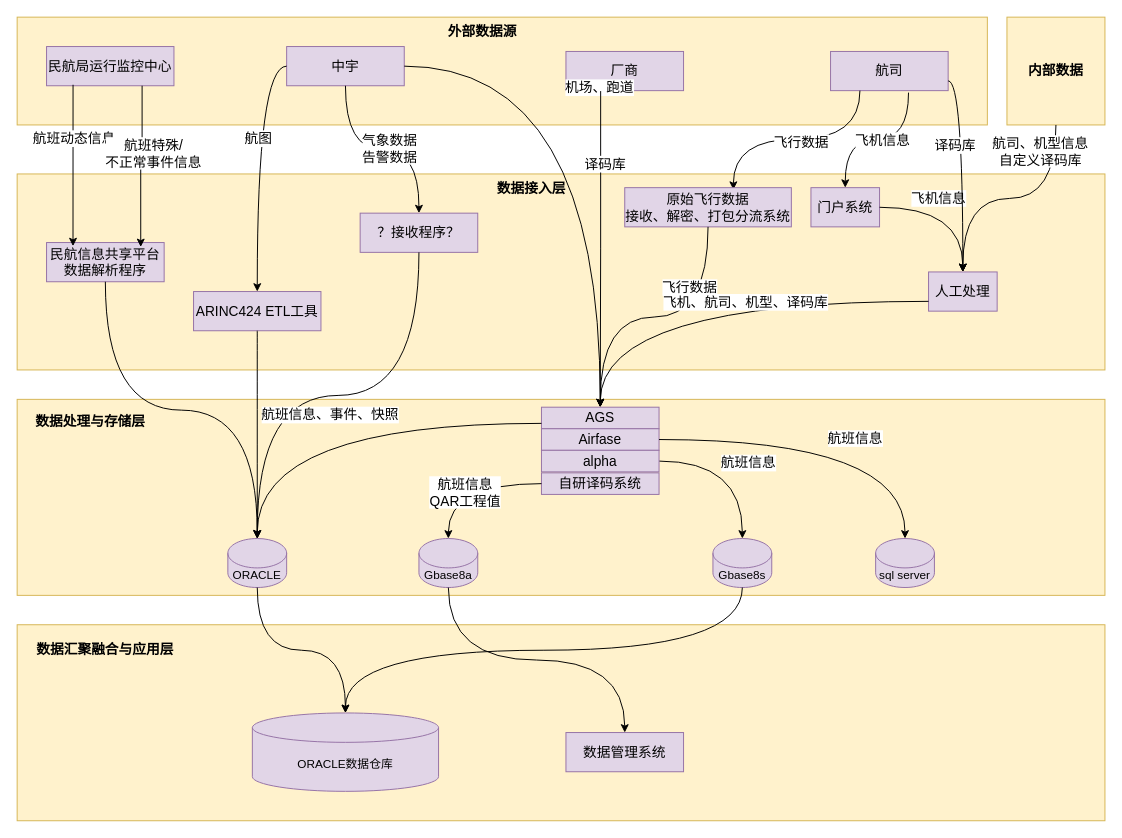
mnzn/draw.io keeps this draw.io diagram as 航科院数仓数据流图.drawio. Above is the earlier version. Source tidied: cells renumbered, new cells numbered last; positions are measured from the earlier drawing's top-left corner, leaving out a move shared by most shapes. Both pictures are drawn from the tidied source at 98%, with x=0, y=0 at pixel (17, 17).
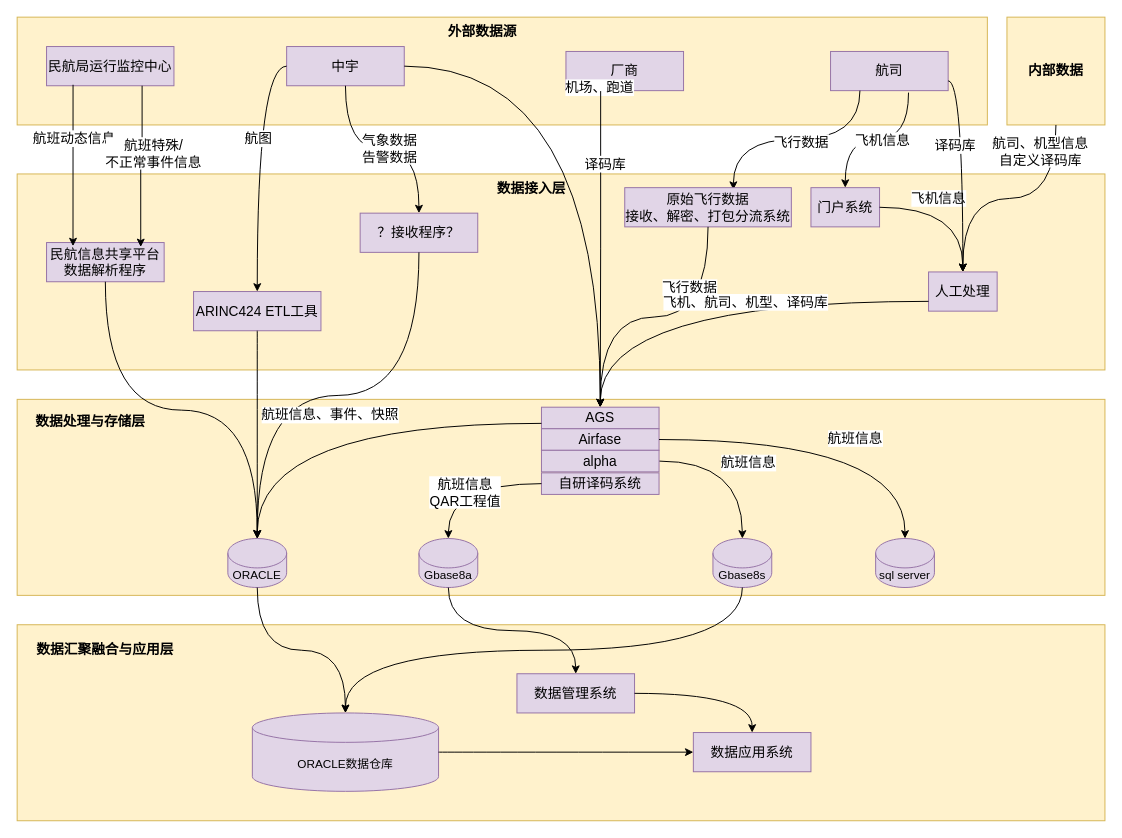
The same diagram, later.

Commit message:
更新航科院数仓数据流图.drawio

The change refers to these unchanged cells:
```xml
<mxCell id="67" value="ORACLE数据仓库" style="shape=cylinder3;whiteSpace=wrap;html=1;boundedLbl=1;backgroundOutline=1;size=15;fillColor=#e1d5e7;strokeColor=#9673a6;" parent="1" vertex="1">
  <mxGeometry x="240" y="710" width="190" height="80" as="geometry" />
</mxCell>
```

What changed in the source:
```diff
@@
     <mxCell id="68" value="&lt;span style=&quot;font-size: 14px;&quot;&gt;数据管理系统&lt;/span&gt;" style="rounded=0;whiteSpace=wrap;html=1;fillColor=#e1d5e7;strokeColor=#9673a6;" parent="1" vertex="1">
-      <mxGeometry x="560" y="730" width="120" height="40" as="geometry" />
+      <mxGeometry x="510" y="670" width="120" height="40" as="geometry" />
     </mxCell>
@@
+    <mxCell id="72" value="&lt;span style=&quot;font-size: 14px;&quot;&gt;数据应用系统&lt;/span&gt;" style="rounded=0;whiteSpace=wrap;html=1;fillColor=#e1d5e7;strokeColor=#9673a6;" parent="1" vertex="1">
+      <mxGeometry x="690" y="730" width="120" height="40" as="geometry" />
+    </mxCell>
+    <mxCell id="73" style="curved=1;curveGeometry=1;endArrow=classic;html=1;rounded=0;defaultLabelBackgroundColor=page;exitX=1;exitY=0.5;exitDx=0;exitDy=0;exitPerimeter=0;entryX=0;entryY=0.5;entryDx=0;entryDy=0;edgeStyle=orthogonalEdgeStyle;" parent="1" edge="1" source="67" target="72">
+      <mxGeometry x="-0.16" relative="1" as="geometry" />
+    </mxCell>
+    <mxCell id="74" style="curved=1;curveGeometry=1;endArrow=classic;html=1;rounded=0;defaultLabelBackgroundColor=page;exitX=1;exitY=0.5;exitDx=0;exitDy=0;entryX=0.5;entryY=0;entryDx=0;entryDy=0;edgeStyle=orthogonalEdgeStyle;" parent="1" edge="1" source="68" target="72">
+      <mxGeometry x="-0.15" relative="1" as="geometry" />
+    </mxCell>
```
